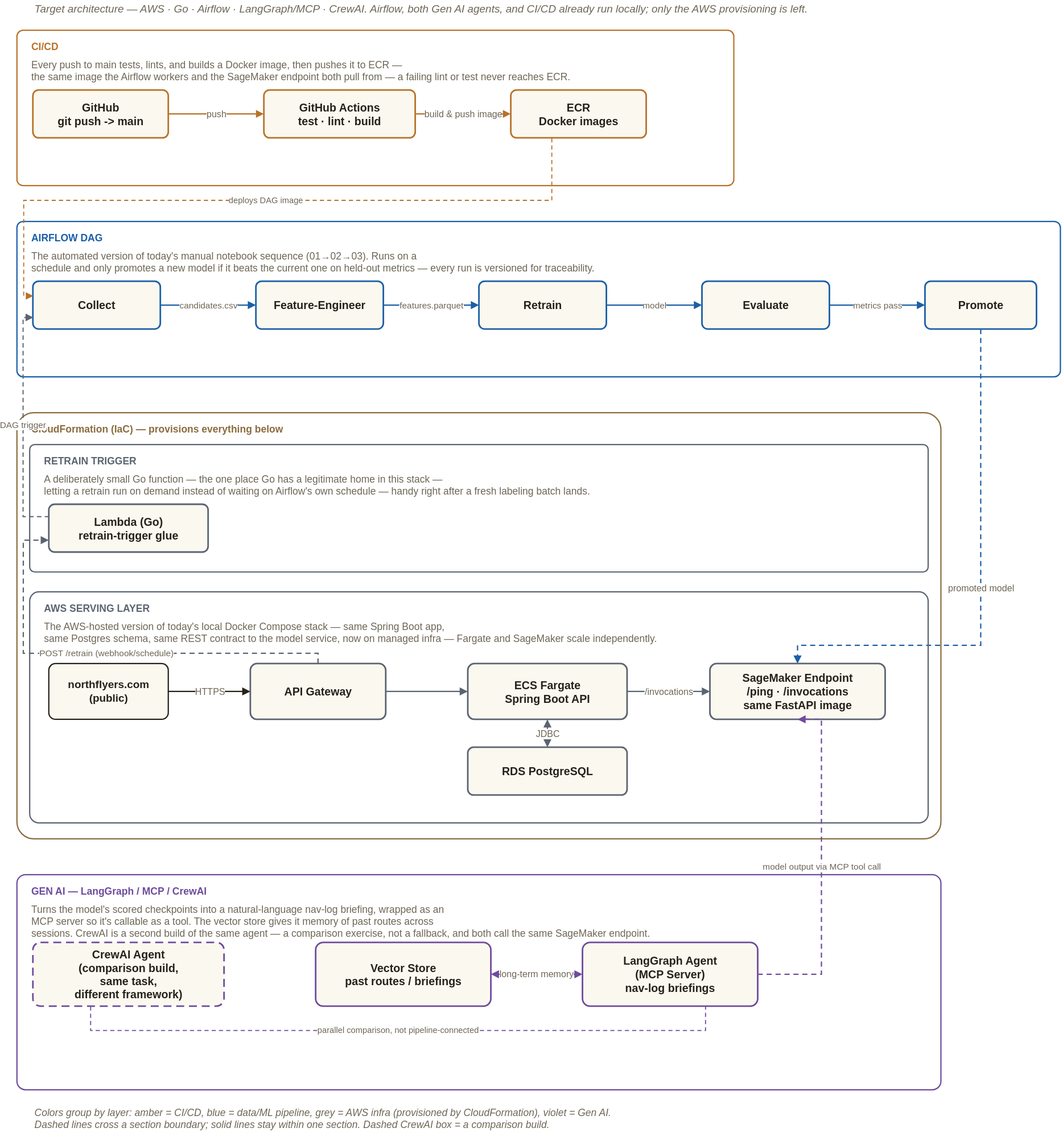
asdaq-samir/flight_plan keeps this draw.io diagram as docs/architecture-aws.svg. Above is the earlier version. Source tidied: cells renumbered, new cells last; positions are measured from the earlier drawing's top-left corner, leaving out a move shared by most shapes.
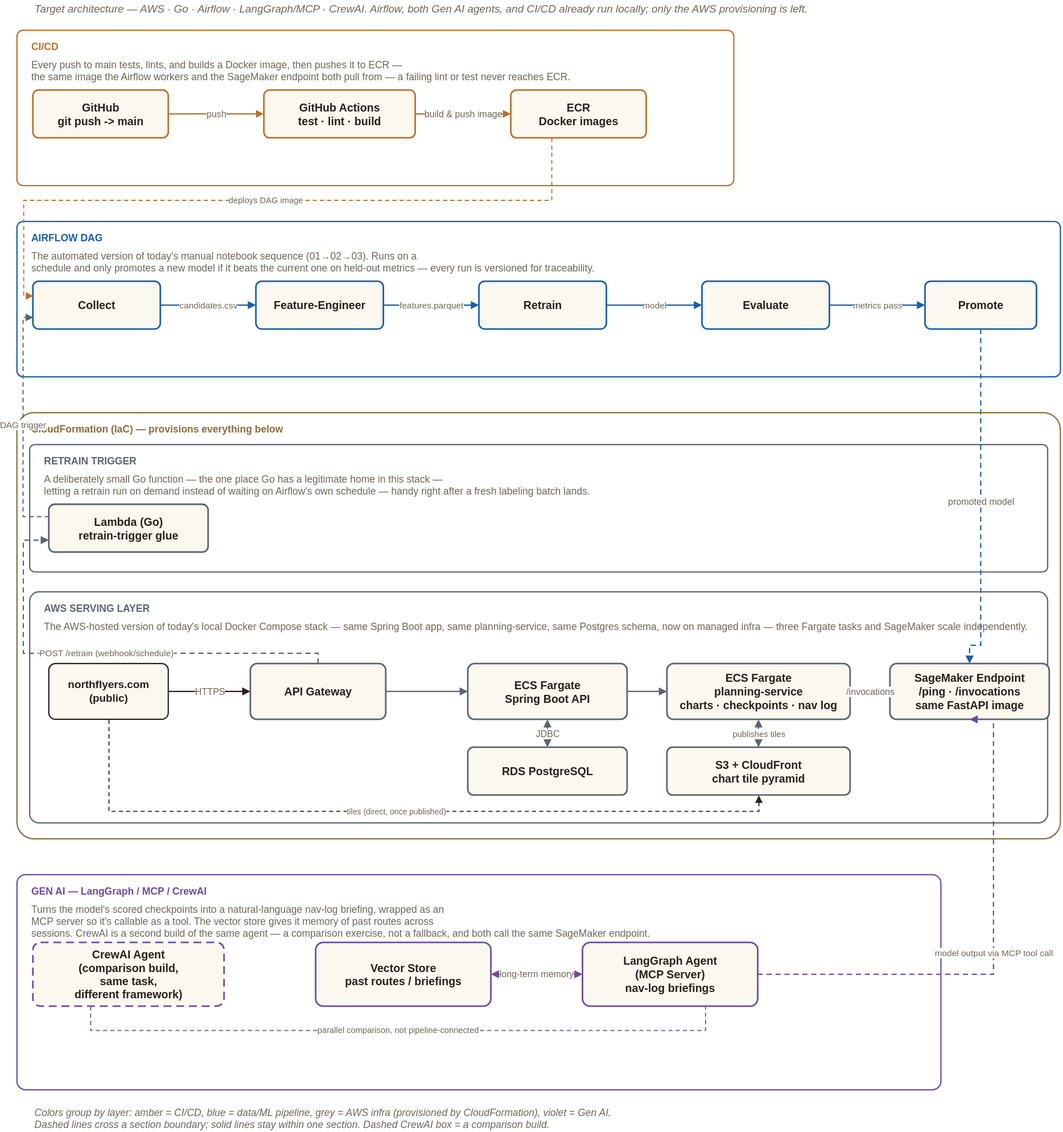
The same diagram one commit later.

Commit message:
Fix architecture diagrams: both were missing planning-service entirely

What changed in the source:
```diff
@@ -82,18 +82,18 @@
       </mxGeometry>
     </mxCell>
     <mxCell id="25" style="rounded=1;whiteSpace=wrap;html=1;arcSize=4;fillColor=none;strokeColor=#8B6C3E;strokeWidth=1.6;" parent="1" vertex="1">
-      <mxGeometry y="518" width="1160" height="535" as="geometry" />
+      <mxGeometry y="518" width="1310" height="535" as="geometry" />
     </mxCell>
     <mxCell id="26" value="CloudFormation (IaC) — provisions everything below" style="text;html=1;fontSize=12.5;fontStyle=1;fontColor=#8B6C3E;align=left;verticalAlign=middle;" parent="1" vertex="1">
       <mxGeometry x="16" y="530" width="420" height="18" as="geometry" />
     </mxCell>
     <mxCell id="27" style="rounded=1;whiteSpace=wrap;html=1;arcSize=4;fillColor=none;strokeColor=#5B6472;strokeWidth=1.6;" parent="1" vertex="1">
-      <mxGeometry x="16" y="743" width="1128" height="290" as="geometry" />
+      <mxGeometry x="16" y="743" width="1278" height="290" as="geometry" />
     </mxCell>
     <mxCell id="28" value="AWS SERVING LAYER" style="text;html=1;fontSize=12.5;fontStyle=1;fontColor=#5B6472;align=left;verticalAlign=middle;" parent="1" vertex="1">
       <mxGeometry x="32" y="755" width="220" height="18" as="geometry" />
     </mxCell>
-    <mxCell id="29" value="The AWS-hosted version of today's local Docker Compose stack — same Spring Boot app,&#10;same Postgres schema, same REST contract to the model service, now on managed infra — Fargate and SageMaker scale independently." style="text;html=1;fontSize=12.5;fontColor=#6E6656;align=left;verticalAlign=top;" parent="1" vertex="1">
+    <mxCell id="29" value="The AWS-hosted version of today's local Docker Compose stack — same Spring Boot app, same planning-service, same Postgres schema, now on managed infra — three Fargate tasks and SageMaker scale independently." style="text;html=1;fontSize=12.5;fontColor=#6E6656;align=left;verticalAlign=top;" parent="1" vertex="1">
       <mxGeometry x="32" y="773" width="920" height="30" as="geometry" />
     </mxCell>
     <mxCell id="30" value="northflyers.com&#10;(public)" style="rounded=1;whiteSpace=wrap;html=1;arcSize=12;fillColor=#FBF8EF;strokeColor=#26221B;strokeWidth=1.6;fontColor=#26221B;fontSize=13.5;fontStyle=1;verticalAlign=middle;spacing=4;" parent="1" vertex="1">
@@ -105,26 +105,46 @@
     <mxCell id="32" value="ECS Fargate&#10;Spring Boot API" style="rounded=1;whiteSpace=wrap;html=1;arcSize=12;fillColor=#FBF8EF;strokeColor=#5B6472;strokeWidth=2;fontColor=#26221B;fontSize=14;fontStyle=1;verticalAlign=middle;spacing=4;" parent="1" vertex="1">
       <mxGeometry x="566" y="833" width="200" height="70" as="geometry" />
     </mxCell>
+    <mxCell id="55" value="ECS Fargate&#10;planning-service&#10;charts · checkpoints · nav log" style="rounded=1;whiteSpace=wrap;html=1;arcSize=12;fillColor=#FBF8EF;strokeColor=#5B6472;strokeWidth=2;fontColor=#26221B;fontSize=14;fontStyle=1;verticalAlign=middle;spacing=4;" parent="1" vertex="1">
+      <mxGeometry x="816" y="833" width="230" height="70" as="geometry" />
+    </mxCell>
     <mxCell id="33" value="SageMaker Endpoint&#10;/ping · /invocations&#10;same FastAPI image" style="rounded=1;whiteSpace=wrap;html=1;arcSize=12;fillColor=#FBF8EF;strokeColor=#5B6472;strokeWidth=2;fontColor=#26221B;fontSize=14;fontStyle=1;verticalAlign=middle;spacing=4;" parent="1" vertex="1">
-      <mxGeometry x="870" y="833" width="220" height="70" as="geometry" />
+      <mxGeometry x="1096" y="833" width="200" height="70" as="geometry" />
     </mxCell>
     <mxCell id="34" value="RDS PostgreSQL" style="rounded=1;whiteSpace=wrap;html=1;arcSize=12;fillColor=#FBF8EF;strokeColor=#5B6472;strokeWidth=2;fontColor=#26221B;fontSize=14;fontStyle=1;verticalAlign=middle;spacing=4;" parent="1" vertex="1">
       <mxGeometry x="566" y="938" width="200" height="60" as="geometry" />
     </mxCell>
+    <mxCell id="56" value="S3 + CloudFront&#10;chart tile pyramid" style="rounded=1;whiteSpace=wrap;html=1;arcSize=12;fillColor=#FBF8EF;strokeColor=#5B6472;strokeWidth=2;fontColor=#26221B;fontSize=14;fontStyle=1;verticalAlign=middle;spacing=4;" parent="1" vertex="1">
+      <mxGeometry x="816" y="938" width="230" height="60" as="geometry" />
+    </mxCell>
     <mxCell id="35" value="HTTPS" style="edgeStyle=orthogonalEdgeStyle;rounded=0;html=1;strokeColor=#26221B;strokeWidth=1.6;fontSize=11.5;fontColor=#6E6656;endArrow=block;endFill=1;" parent="1" edge="1" source="30" target="31">
       <mxGeometry relative="1" as="geometry" />
     </mxCell>
     <mxCell id="36" style="edgeStyle=orthogonalEdgeStyle;rounded=0;html=1;strokeColor=#5B6472;strokeWidth=1.6;endArrow=block;endFill=1;" parent="1" edge="1" source="31" target="32">
       <mxGeometry relative="1" as="geometry" />
     </mxCell>
+    <mxCell id="57" style="edgeStyle=orthogonalEdgeStyle;rounded=0;html=1;strokeColor=#5B6472;strokeWidth=1.6;endArrow=block;endFill=1;" parent="1" edge="1" source="32" target="55">
+      <mxGeometry relative="1" as="geometry" />
+    </mxCell>
-    <mxCell id="37" value="/invocations" style="edgeStyle=orthogonalEdgeStyle;rounded=0;html=1;strokeColor=#5B6472;strokeWidth=1.6;fontSize=11.5;fontColor=#6E6656;endArrow=block;endFill=1;" parent="1" edge="1" source="32" target="33">
+    <mxCell id="37" value="/invocations" style="edgeStyle=orthogonalEdgeStyle;rounded=0;html=1;strokeColor=#5B6472;strokeWidth=1.6;fontSize=11.5;fontColor=#6E6656;endArrow=block;endFill=1;" parent="1" edge="1" source="55" target="33">
       <mxGeometry relative="1" as="geometry" />
     </mxCell>
+    <mxCell id="58" value="publishes tiles" style="edgeStyle=orthogonalEdgeStyle;rounded=0;html=1;strokeColor=#5B6472;strokeWidth=1.6;dashed=1;dashPattern=4 3;fontSize=10.5;fontColor=#6E6656;endArrow=block;endFill=1;startArrow=block;startFill=1;" parent="1" edge="1" source="55" target="56">
+      <mxGeometry relative="1" as="geometry" />
+    </mxCell>
+    <mxCell id="59" value="tiles (direct, once published)" style="edgeStyle=orthogonalEdgeStyle;rounded=0;html=1;strokeColor=#26221B;strokeWidth=1.3;dashed=1;dashPattern=4 3;fontSize=10;fontColor=#6E6656;endArrow=block;endFill=1;exitX=0.5;exitY=1;entryX=0.5;entryY=1;" parent="1" edge="1" source="30" target="56">
+      <mxGeometry relative="1" as="geometry">
+        <Array as="points">
+          <mxPoint x="115" y="1018" />
+          <mxPoint x="931" y="1018" />
+        </Array>
+      </mxGeometry>
+    </mxCell>
     <mxCell id="38" value="JDBC" style="edgeStyle=orthogonalEdgeStyle;rounded=0;html=1;strokeColor=#5B6472;strokeWidth=1.6;fontSize=11.5;fontColor=#6E6656;endArrow=block;endFill=1;startArrow=block;startFill=1;" parent="1" edge="1" source="32" target="34">
       <mxGeometry relative="1" as="geometry" />
     </mxCell>
     <mxCell id="39" style="rounded=1;whiteSpace=wrap;html=1;arcSize=4;fillColor=none;strokeColor=#5B6472;strokeWidth=1.6;" parent="1" vertex="1">
-      <mxGeometry x="16" y="558" width="1128" height="160" as="geometry" />
+      <mxGeometry x="16" y="558" width="1278" height="160" as="geometry" />
     </mxCell>
     <mxCell id="40" value="RETRAIN TRIGGER" style="text;html=1;fontSize=12.5;fontStyle=1;fontColor=#5B6472;align=left;verticalAlign=middle;" parent="1" vertex="1">
       <mxGeometry x="32" y="570" width="220" height="18" as="geometry" />
@@ -186,9 +206,9 @@
     <mxCell id="53" value="model output via MCP tool call" style="edgeStyle=orthogonalEdgeStyle;rounded=0;html=1;strokeColor=#6E4C9E;strokeWidth=1.6;dashed=1;dashPattern=4 3;fontSize=11;fontColor=#6E6656;endArrow=block;endFill=1;exitX=1;exitY=0.5;entryX=0.5;entryY=1;" parent="1" edge="1" source="48" target="33">
       <mxGeometry relative="1" as="geometry">
         <Array as="points">
-          <mxPoint x="1010" y="1223" />
-          <mxPoint x="1010" y="1113" />
-          <mxPoint x="1010" y="903" />
+          <mxPoint x="1226" y="1223" />
+          <mxPoint x="1226" y="1113" />
+          <mxPoint x="1226" y="903" />
         </Array>
       </mxGeometry>
     </mxCell>
```
